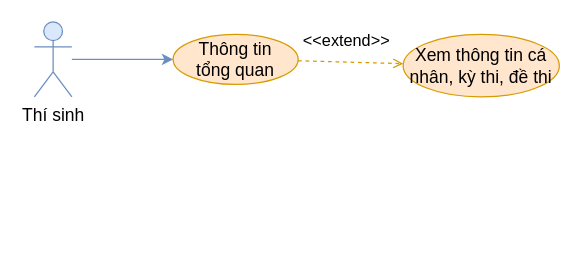
The draw.io diagram document/temp/draw/usecase_phanra/usecase_student_thongtintongquan.drawio in copecute/Edudex-Quiz, before the edit. Source tidied: cells renumbered, new cells numbered last; positions are measured from the earlier drawing's top-left corner, leaving out a move shared by most shapes. Both pictures are drawn from the tidied source at 125%, with x=0, y=0 at pixel (34, 21).
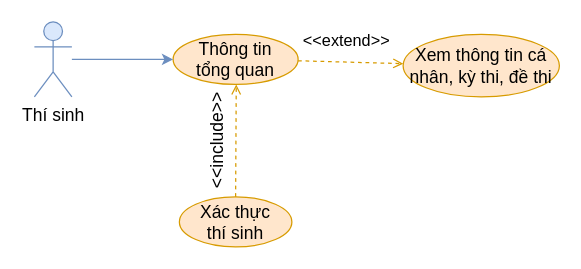
The same diagram, later.

Diff of the diagram source:
```diff
@@
 <mxGraphModel>
   <root>
     <mxCell id="0" />
     <mxCell id="1" parent="0" />
     <mxCell id="2" style="rounded=0;jettySize=auto;html=1;dashed=1;fillColor=#ffe6cc;strokeColor=#d79b00;fontSize=14;endArrow=open;endFill=0;" parent="1" edge="1" source="3" target="4">
       <mxGeometry relative="1" as="geometry" />
     </mxCell>
     <mxCell id="3" value="Thông tin&lt;br&gt;tổng quan" style="ellipse;whiteSpace=wrap;html=1;fillColor=#ffe6cc;strokeColor=#d79b00;fontSize=14;" parent="1" vertex="1">
       <mxGeometry x="111" y="10" width="100" height="40" as="geometry" />
     </mxCell>
     <mxCell id="4" value="Xem thông tin cá nhân, kỳ thi, đề thi" style="ellipse;whiteSpace=wrap;html=1;fillColor=#ffe6cc;strokeColor=#d79b00;fontSize=14;" parent="1" vertex="1">
       <mxGeometry x="295" y="10" width="125" height="50" as="geometry" />
     </mxCell>
     <mxCell id="5" value="&lt;font style=&quot;font-size: 13px;&quot;&gt;&amp;lt;&amp;lt;extend&amp;gt;&amp;gt;&lt;/font&gt;" style="text;html=1;strokeColor=none;fillColor=none;align=center;verticalAlign=middle;whiteSpace=wrap;rounded=0;rotation=0;fontSize=13;" parent="1" vertex="1">
       <mxGeometry x="220" width="60" height="30" as="geometry" />
     </mxCell>
     <mxCell id="6" style="rounded=0;jettySize=auto;html=1;entryX=0;entryY=0.5;entryDx=0;entryDy=0;fillColor=#dae8fc;strokeColor=#6c8ebf;fontSize=14;" parent="1" edge="1" source="7" target="3">
       <mxGeometry relative="1" as="geometry" />
     </mxCell>
     <mxCell id="7" value="Thí sinh" style="shape=umlActor;verticalLabelPosition=bottom;verticalAlign=top;html=1;outlineConnect=0;fillColor=#dae8fc;strokeColor=#6c8ebf;fontSize=14;" parent="1" vertex="1">
       <mxGeometry width="30" height="60" as="geometry" />
     </mxCell>
+    <mxCell id="8" style="rounded=0;jettySize=auto;html=1;exitX=0.5;exitY=0;exitDx=0;exitDy=0;entryX=0.5;entryY=1;entryDx=0;entryDy=0;fillColor=#ffe6cc;strokeColor=#d79b00;endArrow=open;endFill=0;dashed=1;" parent="1" edge="1" source="9">
+      <mxGeometry relative="1" as="geometry">
+        <mxPoint x="161.5" y="50" as="targetPoint" />
+      </mxGeometry>
+    </mxCell>
+    <mxCell id="9" value="Xác thực&lt;br&gt;thí sinh" style="ellipse;whiteSpace=wrap;html=1;fillColor=#ffe6cc;strokeColor=#d79b00;fontSize=14;" parent="1" vertex="1">
+      <mxGeometry x="116" y="140" width="90" height="40" as="geometry" />
+    </mxCell>
+    <mxCell id="10" value="&lt;font&gt;&amp;lt;&amp;lt;include&amp;gt;&amp;gt;&lt;/font&gt;" style="text;html=1;strokeColor=none;fillColor=none;align=center;verticalAlign=middle;whiteSpace=wrap;rounded=0;rotation=-90;fontSize=14;" parent="1" vertex="1">
+      <mxGeometry x="116" y="80" width="60" height="30" as="geometry" />
+    </mxCell>
   </root>
 </mxGraphModel>
```
